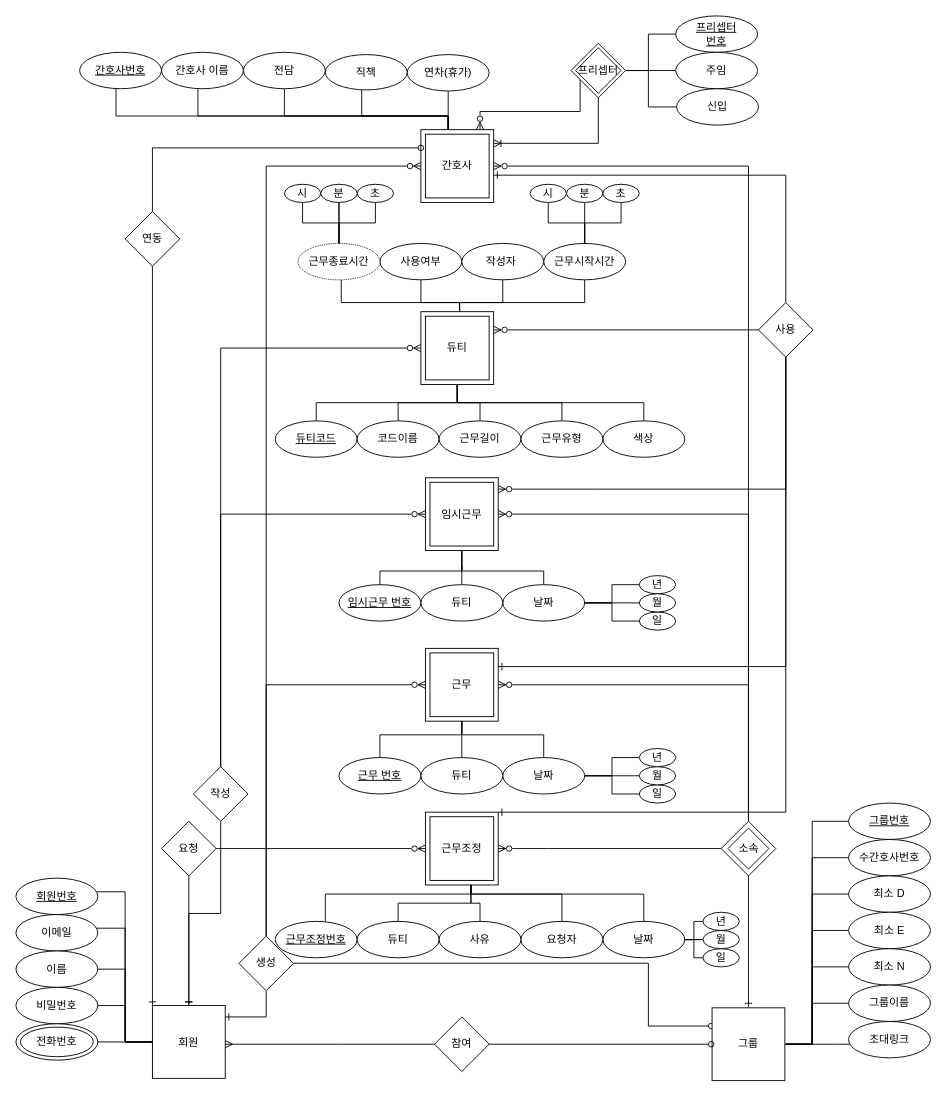
Above: Untitled Diagram.drawio in pyoyeongun/webdanseom (draw.io), before the change. Source tidied: cells renumbered, new cells numbered last; positions are measured from the earlier drawing's top-left corner, leaving out a move shared by most shapes. Both pictures are drawn from the tidied source at 91%, with x=0, y=0 at pixel (15, 15).
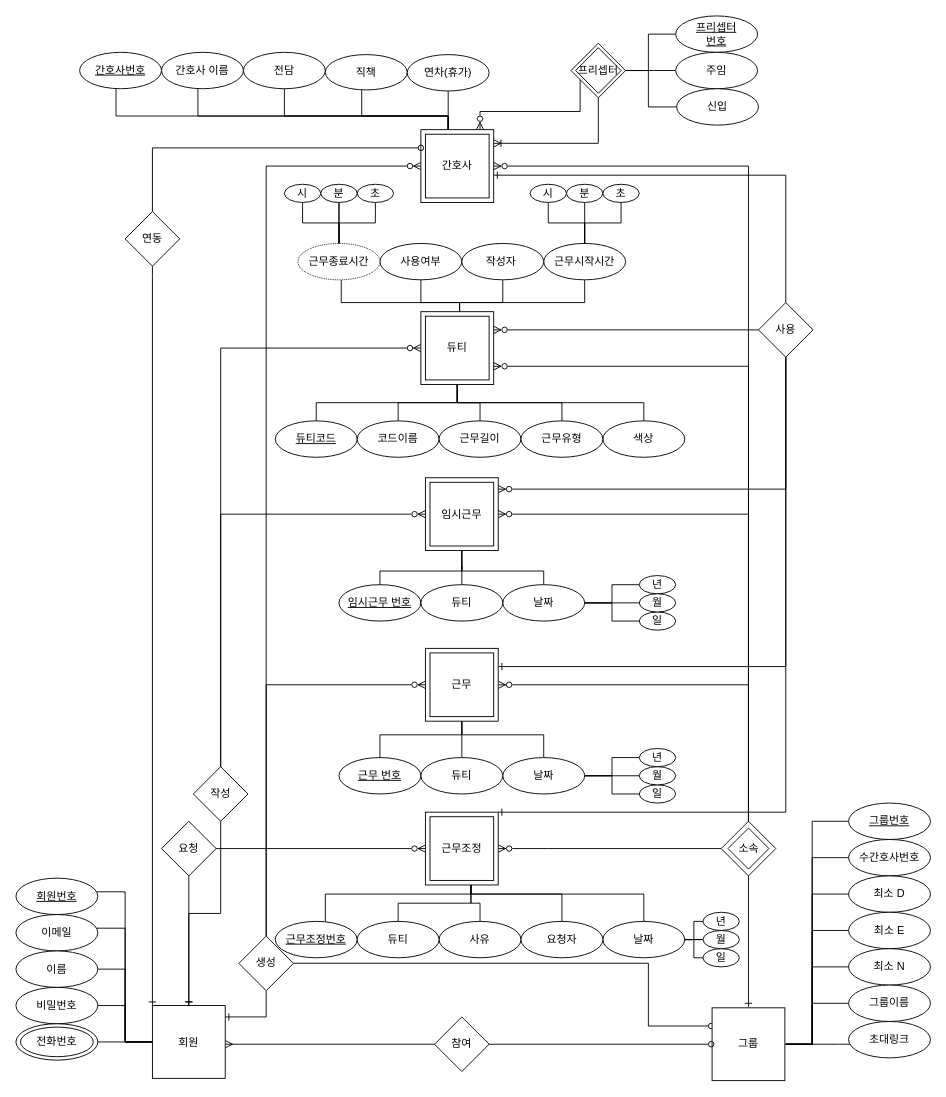
The same diagram, later.

Unchanged cells that the change refers to:
```xml
<mxCell id="12" style="rhombus;whiteSpace=wrap;html=1;" parent="1" vertex="1">
  <mxGeometry x="775" y="885" width="60" height="60" as="geometry" />
</mxCell>
<mxCell id="102" style="whiteSpace=wrap;html=1;" parent="1" vertex="1">
  <mxGeometry x="445" y="325" width="80" height="80" as="geometry" />
</mxCell>
```

The edit, as a diff of the source:
```diff
@@
+    <mxCell id="161" style="edgeStyle=orthogonalEdgeStyle;rounded=0;jettySize=auto;html=1;startArrow=none;startFill=0;endArrow=ERzeroToMany;endFill=0;" parent="1" edge="1" source="12" target="102">
+      <mxGeometry relative="1" as="geometry">
+        <Array as="points">
+          <mxPoint x="805" y="385" />
+        </Array>
+      </mxGeometry>
+    </mxCell>
```
